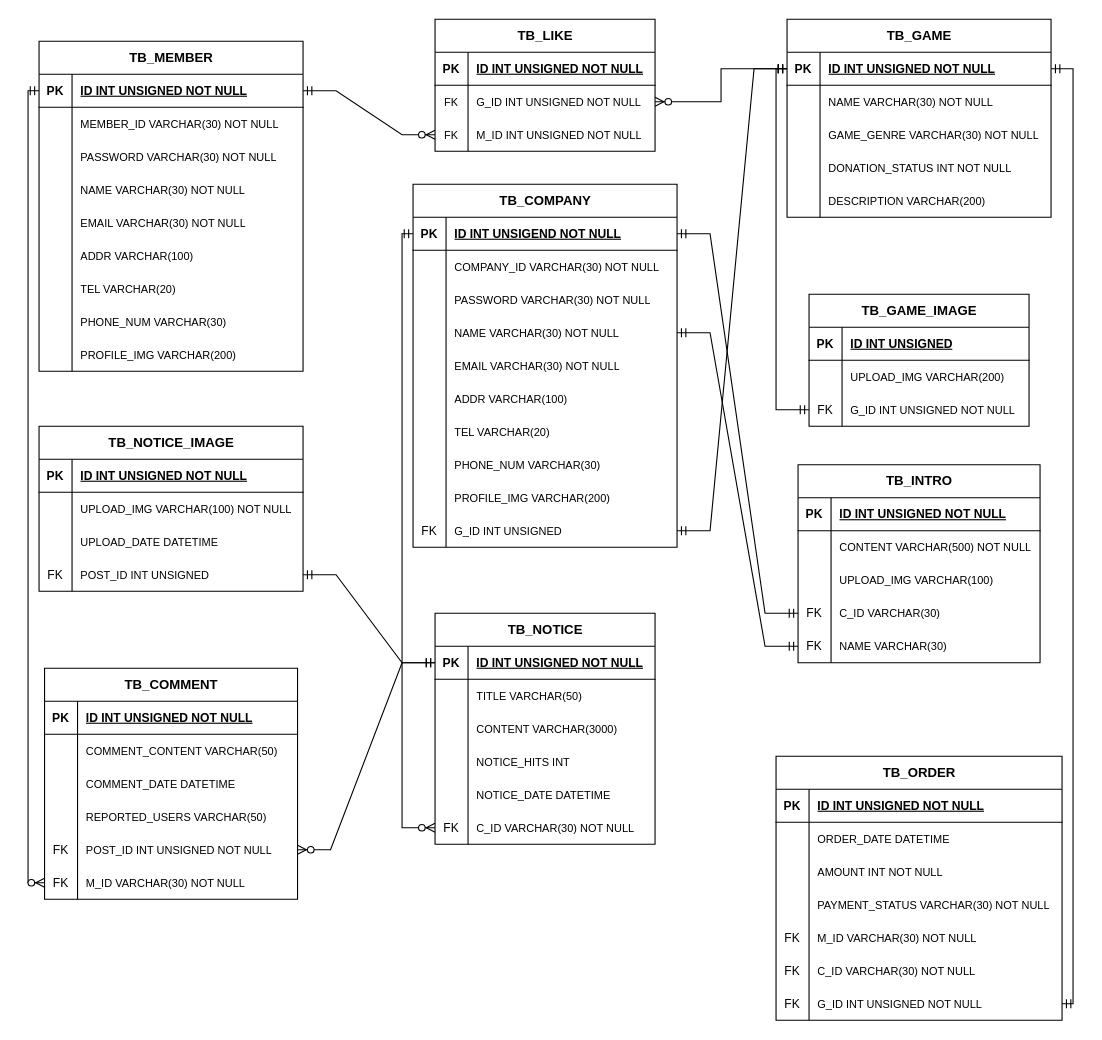
jaehyeonkim0/SpringSecurity keeps this draw.io diagram as ERD.drawio. Above is the earlier version. Source tidied: cells renumbered, new cells numbered last; positions are measured from the earlier drawing's top-left corner, leaving out a move shared by most shapes. Both pictures are drawn from the tidied source at 110%, with x=0, y=0 at pixel (38, 19).
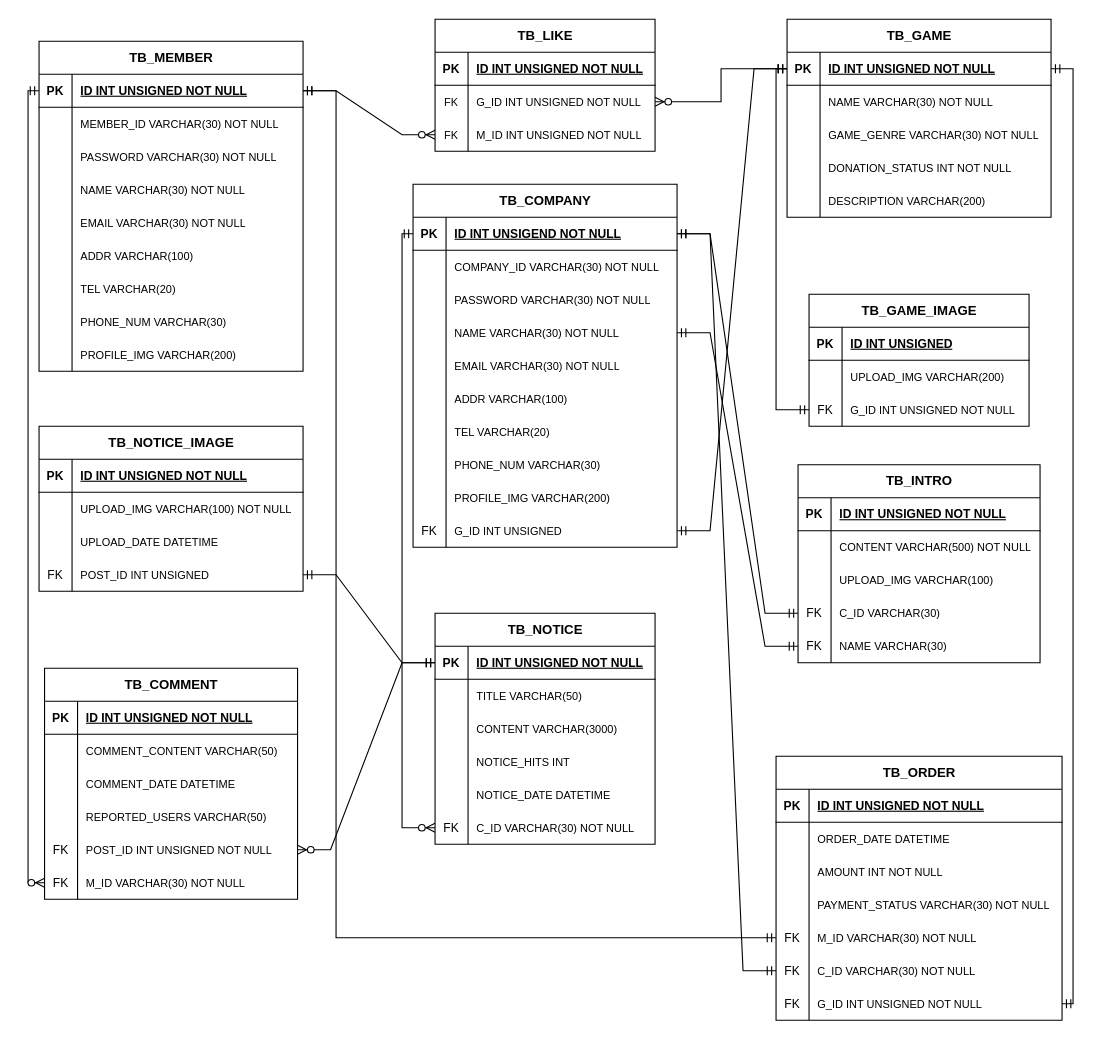
After the change.

The change refers to these unchanged cells:
```xml
<mxCell id="3" style="shape=tableRow;horizontal=0;startSize=0;swimlaneHead=0;swimlaneBody=0;fillColor=none;points=[[0,0.5],[1,0.5]];portConstraint=eastwest;top=0;left=0;right=0;bottom=1;" parent="2" vertex="1">
  <mxGeometry y="30" width="240" height="30" as="geometry" />
</mxCell>
<mxCell id="57" style="shape=tableRow;horizontal=0;startSize=0;swimlaneHead=0;swimlaneBody=0;fillColor=none;points=[[0,0.5],[1,0.5]];portConstraint=eastwest;top=0;left=0;right=0;bottom=1;" parent="56" vertex="1">
  <mxGeometry y="30" width="240" height="30" as="geometry" />
</mxCell>
<mxCell id="167" style="shape=tableRow;horizontal=0;startSize=0;swimlaneHead=0;swimlaneBody=0;fillColor=none;points=[[0,0.5],[1,0.5]];portConstraint=eastwest;top=0;left=0;right=0;bottom=0;" parent="154" vertex="1">
  <mxGeometry y="150" width="260" height="30" as="geometry" />
</mxCell>
<mxCell id="170" style="shape=tableRow;horizontal=0;startSize=0;swimlaneHead=0;swimlaneBody=0;fillColor=none;points=[[0,0.5],[1,0.5]];portConstraint=eastwest;top=0;left=0;right=0;bottom=0;" parent="154" vertex="1">
  <mxGeometry y="180" width="260" height="30" as="geometry" />
</mxCell>
```

What changed in the source:
```diff
@@
+    <mxCell id="197" style="edgeStyle=orthogonalEdgeStyle;fontSize=12;html=1;endArrow=ERmandOne;startArrow=ERmandOne;rounded=0;entryX=1;entryY=0.5;entryDx=0;entryDy=0;exitX=0;exitY=0.5;exitDx=0;exitDy=0;" parent="1" edge="1" source="167" target="3">
+      <mxGeometry relative="1" as="geometry">
+        <Array as="points">
+          <mxPoint x="270" y="835" />
+          <mxPoint x="270" y="65" />
+        </Array>
+      </mxGeometry>
+    </mxCell>
+    <mxCell id="198" style="edgeStyle=entityRelationEdgeStyle;fontSize=12;html=1;endArrow=ERmandOne;startArrow=ERmandOne;rounded=0;entryX=1;entryY=0.5;entryDx=0;entryDy=0;exitX=0;exitY=0.5;exitDx=0;exitDy=0;" parent="1" edge="1" source="170" target="57">
+      <mxGeometry relative="1" as="geometry" />
+    </mxCell>
```
